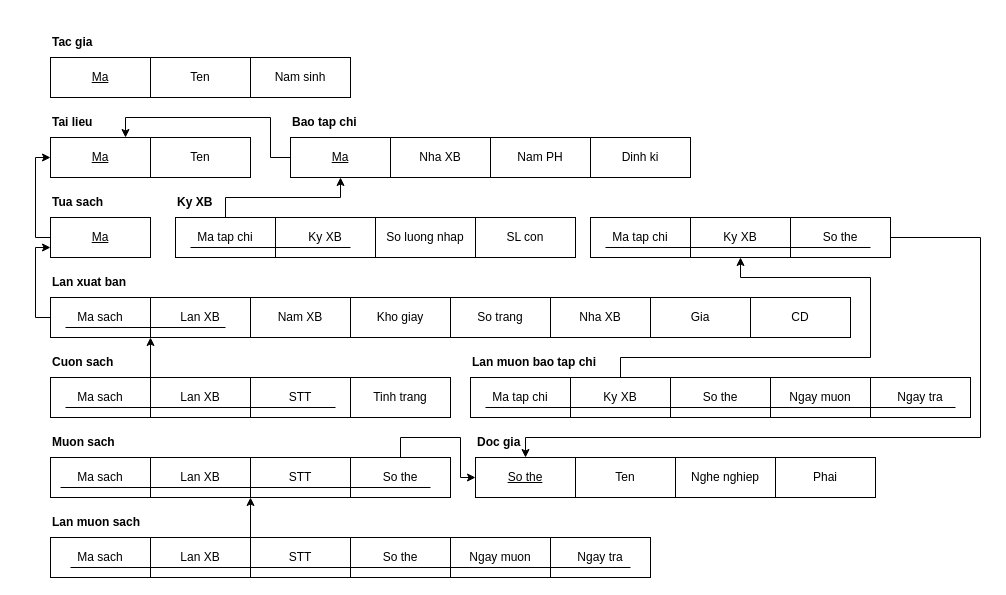
Above: page "Page-5" (5 of 5) of lab3.drawio in quangmnh/drawio (draw.io), before the change. Source tidied: cells renumbered, new cells numbered last; positions are measured from the earlier drawing's top-left corner, leaving out a move shared by most shapes. Both pictures are drawn from the tidied source at 100%, with x=0, y=0 at pixel (35, 27).
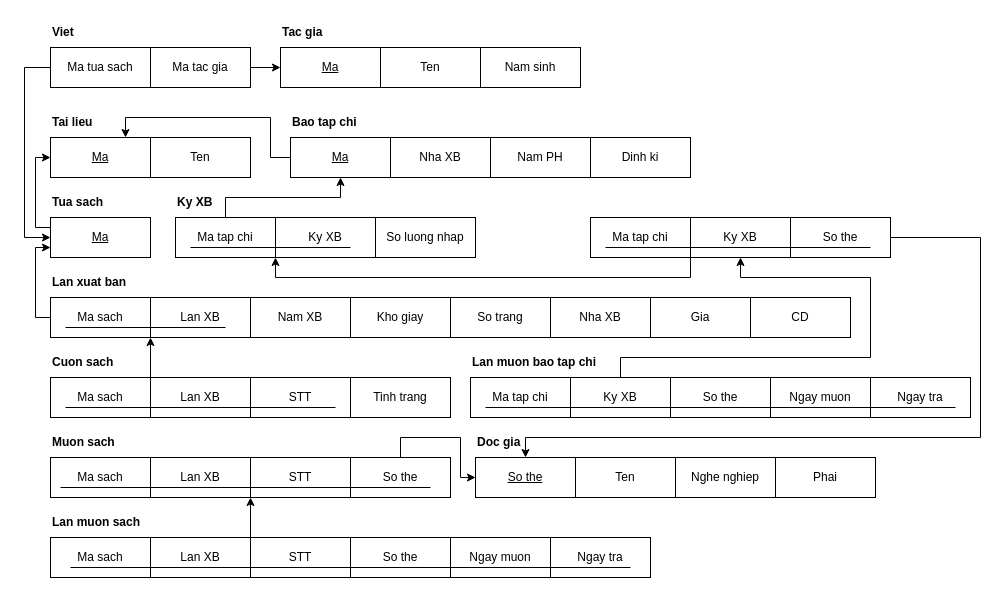
Above is the later version.

The change refers to these unchanged cells:
```xml
<mxCell id="6" value="&lt;u&gt;Ma&lt;/u&gt;" style="whiteSpace=wrap;html=1;align=center;" parent="1" vertex="1">
  <mxGeometry x="15" y="110" width="100" height="40" as="geometry" />
</mxCell>
<mxCell id="10" value="&lt;u&gt;Ma&lt;/u&gt;" style="whiteSpace=wrap;html=1;align=center;" parent="1" vertex="1">
  <mxGeometry x="15" y="190" width="100" height="40" as="geometry" />
</mxCell>
<mxCell id="29" value="Ma tap chi" style="whiteSpace=wrap;html=1;align=center;" parent="1" vertex="1">
  <mxGeometry x="140" y="190" width="100" height="40" as="geometry" />
</mxCell>
<mxCell id="64" value="Ma tap chi" style="whiteSpace=wrap;html=1;align=center;" parent="1" vertex="1">
  <mxGeometry x="555" y="190" width="100" height="40" as="geometry" />
</mxCell>
```

Diff of the diagram source:
```diff
@@
     <mxCell id="2" value="&lt;u&gt;Ma&lt;/u&gt;" style="whiteSpace=wrap;html=1;align=center;" parent="1" vertex="1">
-      <mxGeometry x="15" y="30" width="100" height="40" as="geometry" />
+      <mxGeometry x="245" y="20" width="100" height="40" as="geometry" />
     </mxCell>
     <mxCell id="3" value="Ten" style="whiteSpace=wrap;html=1;align=center;" parent="1" vertex="1">
-      <mxGeometry x="115" y="30" width="100" height="40" as="geometry" />
+      <mxGeometry x="345" y="20" width="100" height="40" as="geometry" />
     </mxCell>
     <mxCell id="4" value="Nam sinh" style="whiteSpace=wrap;html=1;align=center;" parent="1" vertex="1">
-      <mxGeometry x="215" y="30" width="100" height="40" as="geometry" />
+      <mxGeometry x="445" y="20" width="100" height="40" as="geometry" />
     </mxCell>
     <mxCell id="5" value="&lt;b&gt;Tac gia&lt;/b&gt;" style="text;html=1;strokeColor=none;fillColor=none;align=left;verticalAlign=middle;whiteSpace=wrap;rounded=0;" parent="1" vertex="1">
-      <mxGeometry x="15" width="60" height="30" as="geometry" />
+      <mxGeometry x="245" y="-10" width="60" height="30" as="geometry" />
     </mxCell>
@@
-    <mxCell id="9" style="edgeStyle=orthogonalEdgeStyle;rounded=0;jettySize=auto;html=1;exitX=0;exitY=0.5;exitDx=0;exitDy=0;entryX=0;entryY=0.5;entryDx=0;entryDy=0;" parent="1" edge="1" source="10" target="6">
+    <mxCell id="9" style="edgeStyle=orthogonalEdgeStyle;rounded=0;jettySize=auto;html=1;exitX=0;exitY=0.25;exitDx=0;exitDy=0;entryX=0;entryY=0.5;entryDx=0;entryDy=0;" parent="1" edge="1" source="10" target="6">
       <mxGeometry relative="1" as="geometry">
         <Array as="points">
-          <mxPoint y="210" />
+          <mxPoint y="200" />
           <mxPoint y="130" />
         </Array>
       </mxGeometry>
     </mxCell>
@@
-    <mxCell id="34" value="SL con" style="whiteSpace=wrap;html=1;align=center;" parent="1" vertex="1">
-      <mxGeometry x="440" y="190" width="100" height="40" as="geometry" />
-    </mxCell>
@@
+    <mxCell id="77" style="edgeStyle=orthogonalEdgeStyle;rounded=0;jettySize=auto;html=1;exitX=1;exitY=1;exitDx=0;exitDy=0;entryX=1;entryY=1;entryDx=0;entryDy=0;" parent="1" edge="1" source="64" target="29">
+      <mxGeometry relative="1" as="geometry" />
+    </mxCell>
@@
+    <mxCell id="78" style="edgeStyle=orthogonalEdgeStyle;rounded=0;jettySize=auto;html=1;exitX=0;exitY=0.5;exitDx=0;exitDy=0;entryX=0;entryY=0.5;entryDx=0;entryDy=0;" parent="1" edge="1" source="79" target="10">
+      <mxGeometry relative="1" as="geometry">
+        <Array as="points">
+          <mxPoint x="-11" y="40" />
+          <mxPoint x="-11" y="210" />
+        </Array>
+      </mxGeometry>
+    </mxCell>
+    <mxCell id="79" value="Ma tua sach" style="whiteSpace=wrap;html=1;align=center;" parent="1" vertex="1">
+      <mxGeometry x="15" y="20" width="100" height="40" as="geometry" />
+    </mxCell>
+    <mxCell id="80" value="&lt;b&gt;Viet&lt;/b&gt;" style="text;html=1;strokeColor=none;fillColor=none;align=left;verticalAlign=middle;whiteSpace=wrap;rounded=0;" parent="1" vertex="1">
+      <mxGeometry x="15" y="-10" width="60" height="30" as="geometry" />
+    </mxCell>
+    <mxCell id="81" style="edgeStyle=orthogonalEdgeStyle;rounded=0;jettySize=auto;html=1;exitX=1;exitY=0.5;exitDx=0;exitDy=0;entryX=0;entryY=0.5;entryDx=0;entryDy=0;" parent="1" edge="1" source="82" target="2">
+      <mxGeometry relative="1" as="geometry" />
+    </mxCell>
+    <mxCell id="82" value="Ma tac gia" style="whiteSpace=wrap;html=1;align=center;" parent="1" vertex="1">
+      <mxGeometry x="115" y="20" width="100" height="40" as="geometry" />
+    </mxCell>
```
